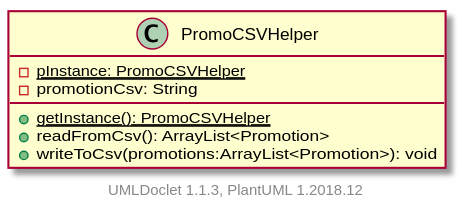
This is projects/oodp/html/umlversion/uml/sg.edu.ntu.scse.cz2002.util.PromoCSVHelper.svg from itachi1706/How-to-use-Git-NTUSCSE1819-Site, a PlantUML export, as it was before one commit.
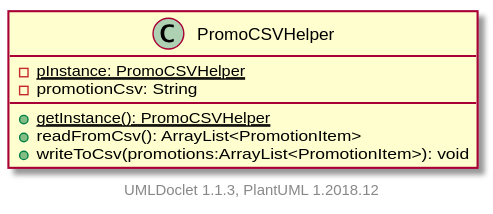
After the commit.

The edit, as a diff of the source:
```diff
@@ -4,8 +4,8 @@
         {static} -pInstance: PromoCSVHelper
         -promotionCsv: String
         {static} +getInstance(): PromoCSVHelper
-        +readFromCsv(): ArrayList<Promotion>
-        +writeToCsv(promotions:ArrayList<Promotion>): void
+        +readFromCsv(): ArrayList<PromotionItem>
+        +writeToCsv(promotions:ArrayList<PromotionItem>): void
     }
 
 
```
